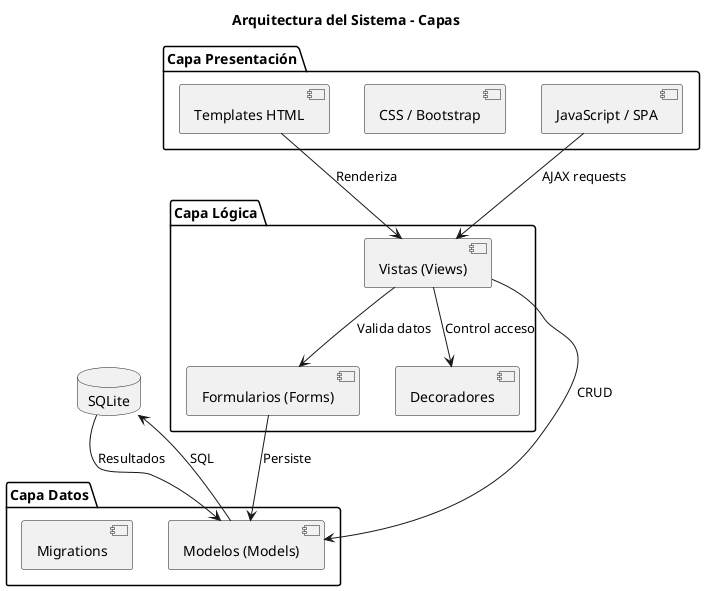
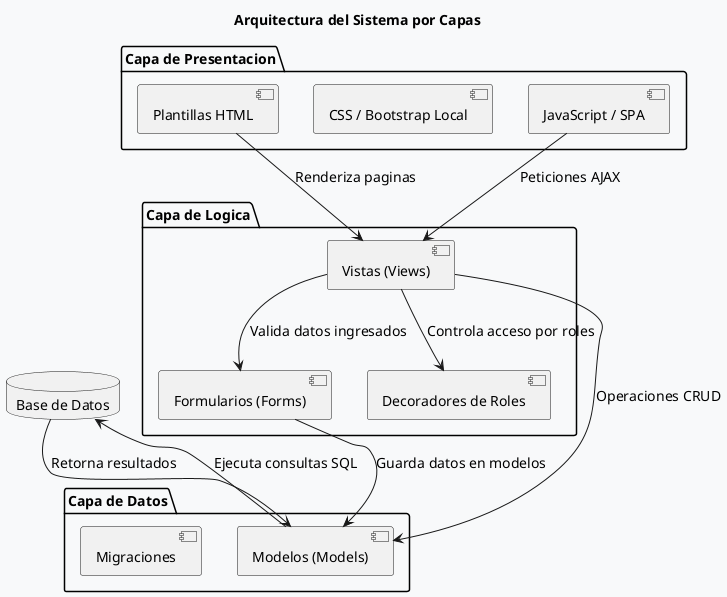
@startuml
- title Arquitectura del Sistema - Capas
+ title Arquitectura del Sistema por Capas
+ skinparam defaultFontSize 14
+ skinparam backgroundColor #F8F9FA

- package "Capa Presentación" {
-   [Templates HTML] as templates
-   [CSS / Bootstrap] as css
+ package "Capa de Presentacion" as presentacion {
+   [Plantillas HTML] as templates
+   [CSS / Bootstrap Local] as css
  [JavaScript / SPA] as js
}

- package "Capa Lógica" {
+ package "Capa de Logica" as logica {
  [Vistas (Views)] as views
  [Formularios (Forms)] as forms
-   [Decoradores] as decorators
+   [Decoradores de Roles] as decorators
}

- package "Capa Datos" {
+ package "Capa de Datos" as datos {
  [Modelos (Models)] as models
-   [Migrations] as migrations
+   [Migraciones] as migrations
}

- database "SQLite" as db
+ database "Base de Datos" as db

- templates --> views : Renderiza
- js --> views : AJAX requests
- views --> forms : Valida datos
- views --> decorators : Control acceso
- views --> models : CRUD
- forms --> models : Persiste
- models --> db : SQL
- db --> models : Resultados
+ templates --> views : Renderiza paginas
+ js --> views : Peticiones AJAX
+ views --> forms : Valida datos ingresados
+ views --> decorators : Controla acceso por roles
+ views --> models : Operaciones CRUD
+ forms --> models : Guarda datos en modelos
+ models --> db : Ejecuta consultas SQL
+ db --> models : Retorna resultados

@enduml
